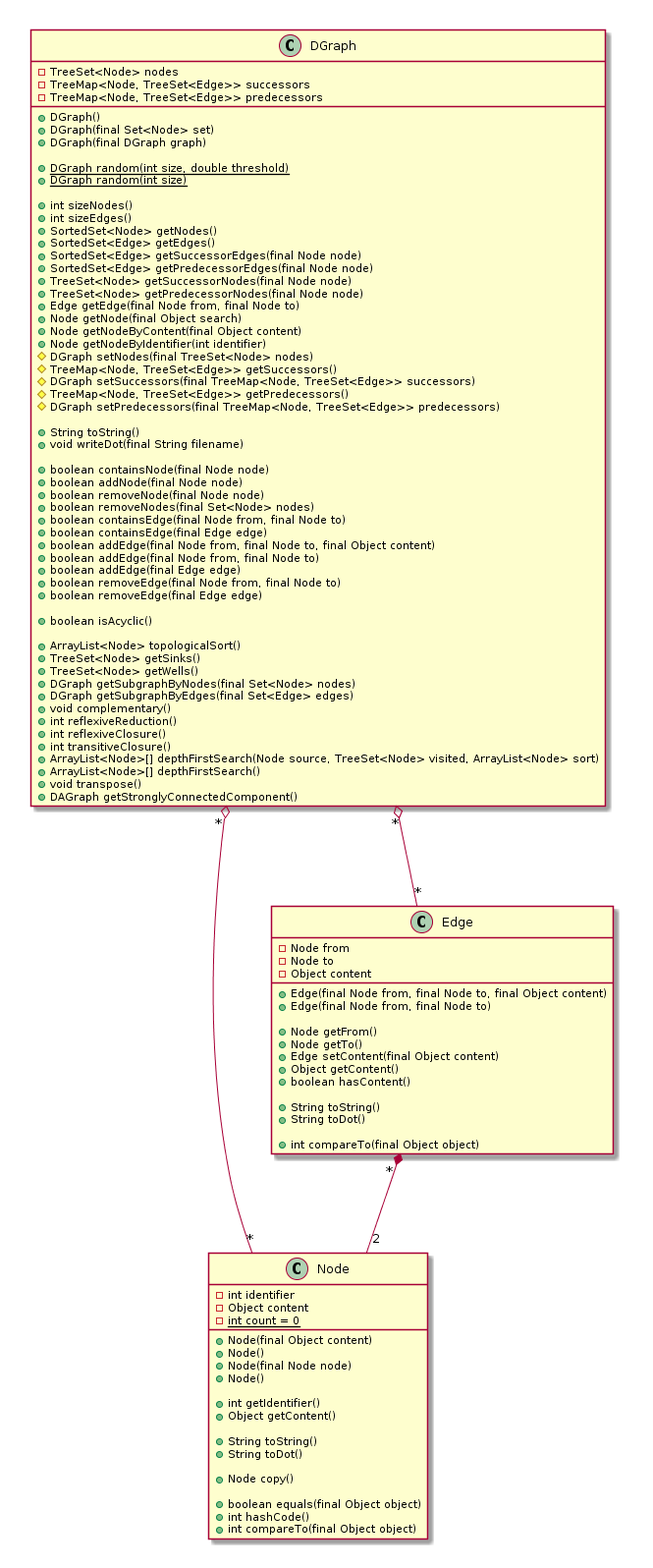
EstrellaRL/java-lattices keeps this PlantUML diagram as api/dgraph/DGraph.png. Above is the earlier version.
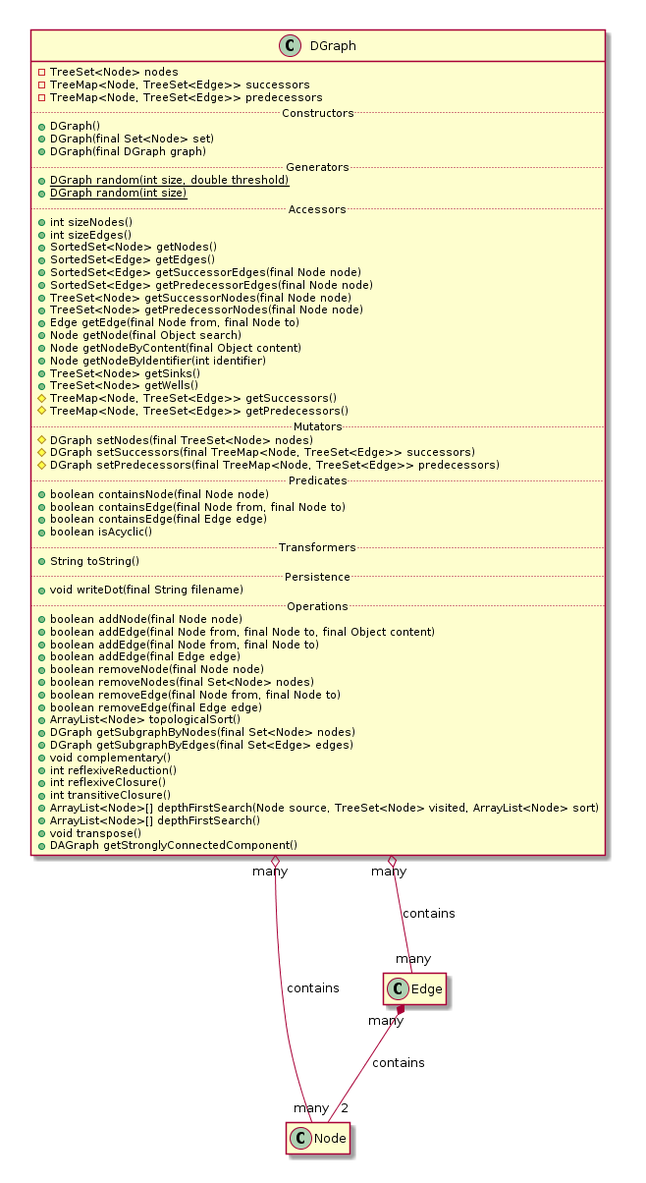
The same diagram one commit later.

Change to the diagram source:
```diff
@@ -1,111 +1,72 @@
 @startuml DGraph.png
-DGraph "*" o-- "*" Node
- DGraph "*" o-- "*" Edge
+class DGraph {
+    -TreeSet<Node> nodes
+    -TreeMap<Node, TreeSet<Edge>> successors
+    -TreeMap<Node, TreeSet<Edge>> predecessors
+	.. Constructors ..
+    +DGraph()
+    +DGraph(final Set<Node> set)
+    +DGraph(final DGraph graph)
+	.. Generators ..
+    +{static}DGraph random(int size, double threshold)
+    +{static}DGraph random(int size)
+	.. Accessors ..
+    +int sizeNodes()
+    +int sizeEdges()
+    +SortedSet<Node> getNodes()
+    +SortedSet<Edge> getEdges()
+    +SortedSet<Edge> getSuccessorEdges(final Node node)
+    +SortedSet<Edge> getPredecessorEdges(final Node node)
+    +TreeSet<Node> getSuccessorNodes(final Node node)
+    +TreeSet<Node> getPredecessorNodes(final Node node)
+    +Edge getEdge(final Node from, final Node to)
+    +Node getNode(final Object search)
+    +Node getNodeByContent(final Object content)
+    +Node getNodeByIdentifier(int identifier)
+    +TreeSet<Node> getSinks()
+    +TreeSet<Node> getWells()
+    #TreeMap<Node, TreeSet<Edge>> getSuccessors()
+    #TreeMap<Node, TreeSet<Edge>> getPredecessors()
+	.. Mutators ..
+    #DGraph setNodes(final TreeSet<Node> nodes)
+    #DGraph setSuccessors(final TreeMap<Node, TreeSet<Edge>> successors)
+    #DGraph setPredecessors(final TreeMap<Node, TreeSet<Edge>> predecessors)
+    .. Predicates ..
+    +boolean containsNode(final Node node)
+    +boolean containsEdge(final Node from, final Node to)
+    +boolean containsEdge(final Edge edge)
+    +boolean isAcyclic()
+	.. Transformers ..
+    +String toString()
+    .. Persistence ..
+    +void writeDot(final String filename)
+	.. Operations ..
+    +boolean addNode(final Node node)
+    +boolean addEdge(final Node from, final Node to, final Object content)
+    +boolean addEdge(final Node from, final Node to)
+    +boolean addEdge(final Edge edge)
+    +boolean removeNode(final Node node)
+    +boolean removeNodes(final Set<Node> nodes)
+    +boolean removeEdge(final Node from, final Node to)
+    +boolean removeEdge(final Edge edge)
+    +ArrayList<Node> topologicalSort()
+    +DGraph getSubgraphByNodes(final Set<Node> nodes)
+    +DGraph getSubgraphByEdges(final Set<Edge> edges)
+    +void complementary()
+    +int reflexiveReduction()
+    +int reflexiveClosure()
+    +int transitiveClosure()
+    +ArrayList<Node>[] depthFirstSearch(Node source, TreeSet<Node> visited, ArrayList<Node> sort)
+    +ArrayList<Node>[] depthFirstSearch()
+    +void transpose()
+    +DAGraph getStronglyConnectedComponent()
+}
 
- Edge "*" *-- "2" Node
 
- class DGraph {
-     -TreeSet<Node> nodes
-     -TreeMap<Node, TreeSet<Edge>> successors
-     -TreeMap<Node, TreeSet<Edge>> predecessors
+ DGraph "many" o-- "many" Node : contains
+ DGraph "many" o-- "many" Edge : contains
 
-     +DGraph()
-     +DGraph(final Set<Node> set)
-     +DGraph(final DGraph graph)
+ Edge "many" *-- "2" Node : contains
 
-     +{static}DGraph random(int size, double threshold)
-     +{static}DGraph random(int size)
-
-     +int sizeNodes()
-     +int sizeEdges()
-     +SortedSet<Node> getNodes()
-     +SortedSet<Edge> getEdges()
-     +SortedSet<Edge> getSuccessorEdges(final Node node)
-     +SortedSet<Edge> getPredecessorEdges(final Node node)
-     +TreeSet<Node> getSuccessorNodes(final Node node)
-     +TreeSet<Node> getPredecessorNodes(final Node node)
-     +Edge getEdge(final Node from, final Node to)
-     +Node getNode(final Object search)
-     +Node getNodeByContent(final Object content)
-     +Node getNodeByIdentifier(int identifier)
-     #DGraph setNodes(final TreeSet<Node> nodes)
-     #TreeMap<Node, TreeSet<Edge>> getSuccessors()
-     #DGraph setSuccessors(final TreeMap<Node, TreeSet<Edge>> successors)
-     #TreeMap<Node, TreeSet<Edge>> getPredecessors()
-     #DGraph setPredecessors(final TreeMap<Node, TreeSet<Edge>> predecessors)
-
-     +String toString()
-     +void writeDot(final String filename)
-
-     +boolean containsNode(final Node node)
-     +boolean addNode(final Node node)
-     +boolean removeNode(final Node node)
-     +boolean removeNodes(final Set<Node> nodes)
-     +boolean containsEdge(final Node from, final Node to)
-     +boolean containsEdge(final Edge edge)
-     +boolean addEdge(final Node from, final Node to, final Object content)
-     +boolean addEdge(final Node from, final Node to)
-     +boolean addEdge(final Edge edge)
-     +boolean removeEdge(final Node from, final Node to)
-     +boolean removeEdge(final Edge edge)
-
-     +boolean isAcyclic()
-
-     +ArrayList<Node> topologicalSort()
-     +TreeSet<Node> getSinks()
-     +TreeSet<Node> getWells()
-     +DGraph getSubgraphByNodes(final Set<Node> nodes)
-     +DGraph getSubgraphByEdges(final Set<Edge> edges)
-     +void complementary()
-     +int reflexiveReduction()
-     +int reflexiveClosure()
-     +int transitiveClosure()
-     +ArrayList<Node>[] depthFirstSearch(Node source, TreeSet<Node> visited, ArrayList<Node> sort)
-     +ArrayList<Node>[] depthFirstSearch()
-     +void transpose()
-     +DAGraph getStronglyConnectedComponent()
- }
-
- class Node {
-      -int identifier
-      -Object content
-      -{static} int count = 0
-
-      +Node(final Object content)
-      +Node()
-      +Node(final Node node)
-      +Node()
-
-      +int getIdentifier()
-      +Object getContent()
-
-      +String toString()
-      +String toDot()
-
-      +Node copy()
-
-      +boolean equals(final Object object)
-      +int hashCode()
-      +int compareTo(final Object object)
- }
-
- class Edge {
-      -Node from
-      -Node to
-      -Object content
-
-      +Edge(final Node from, final Node to, final Object content)
-      +Edge(final Node from, final Node to)
-
-      +Node getFrom()
-      +Node getTo()
-      +Edge setContent(final Object content)
-      +Object getContent()
-      +boolean hasContent()
-
-      +String toString()
-      +String toDot()
-
-      +int compareTo(final Object object)
- }
+ hide empty members
 @enduml
```
